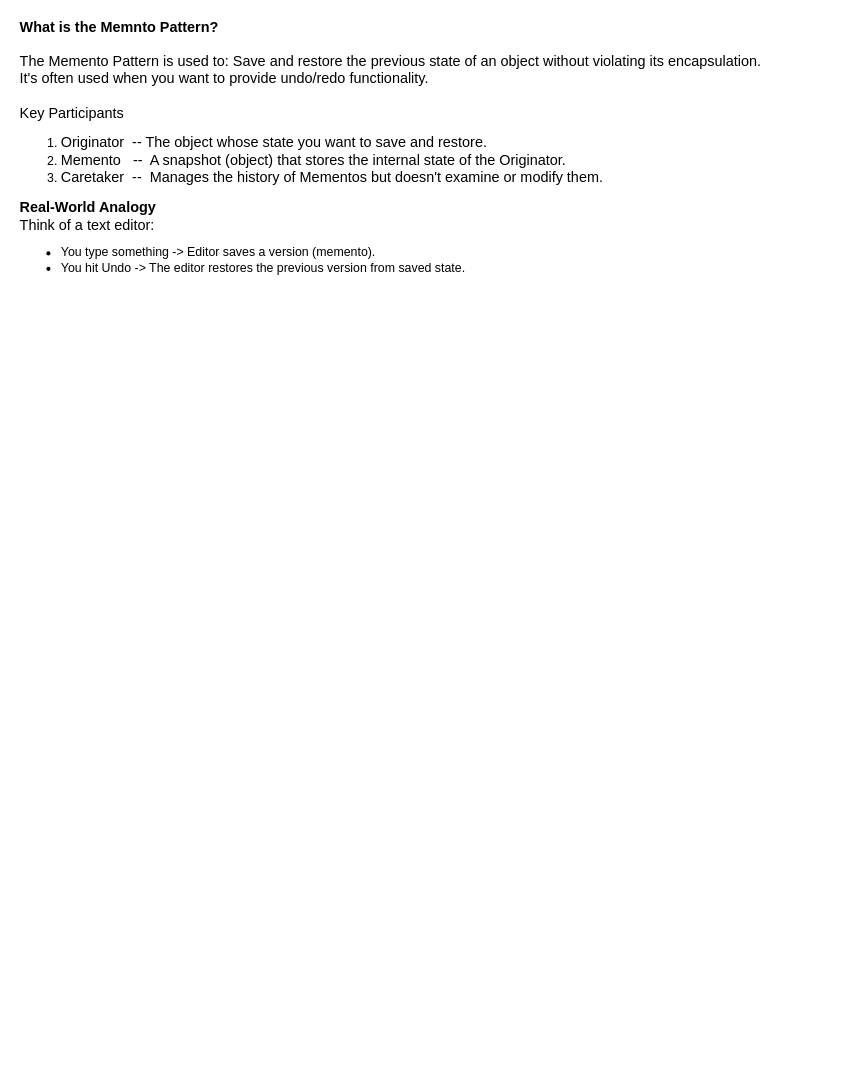
The draw.io diagram Memento_DesignPattern.drawio in tyk1hc/drawio, before the edit. Source tidied: cells renumbered, new cells numbered last; positions are measured from the earlier drawing's top-left corner, leaving out a move shared by most shapes. Both pictures are drawn from the tidied source at 103%, with x=0, y=0 at pixel (18, 41).
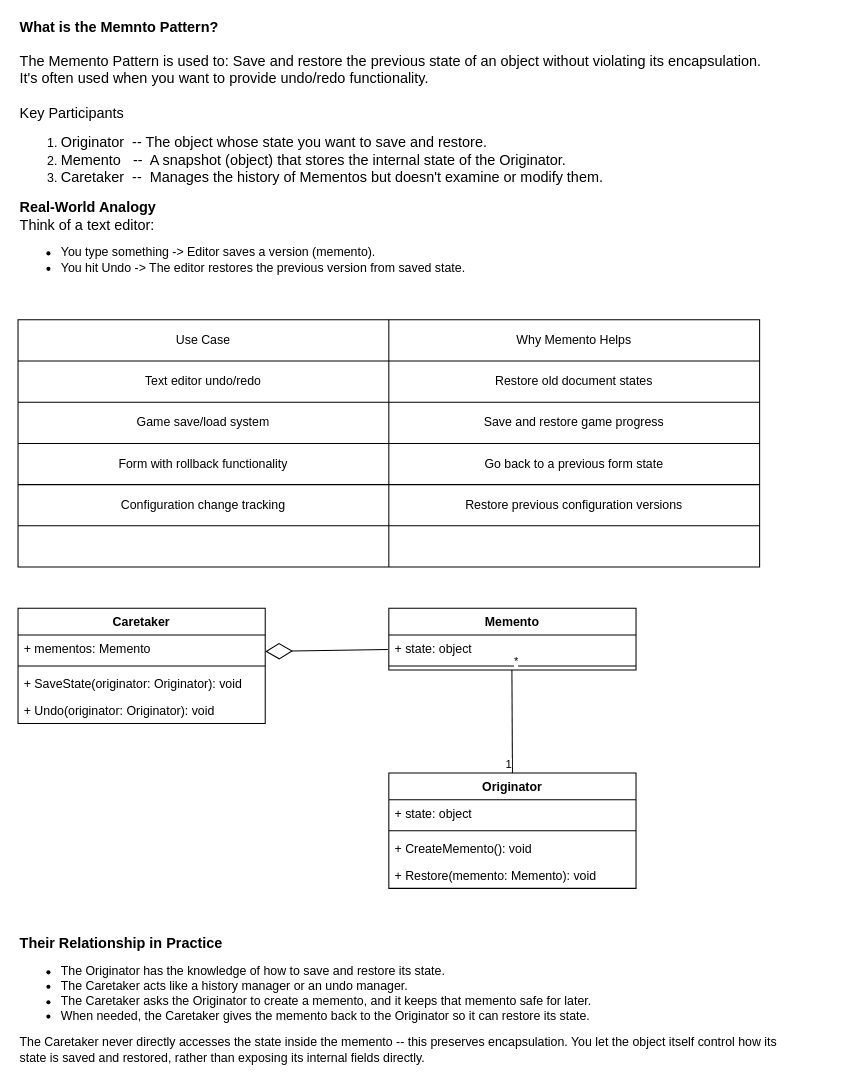
The same page after the edit.

Diff of the diagram source:
```diff
@@
+    <mxCell id="3" style="shape=table;startSize=0;childLayout=tableLayout;" parent="1" vertex="1">
+      <mxGeometry y="270" width="720" height="240" as="geometry" />
+    </mxCell>
+    <mxCell id="4" style="shape=tableRow;horizontal=0;startSize=0;swimlaneHead=0;swimlaneBody=0;strokeColor=inherit;top=0;left=0;bottom=0;right=0;fillColor=none;" parent="3" vertex="1">
+      <mxGeometry width="720" height="40" as="geometry" />
+    </mxCell>
+    <mxCell id="5" value="Use Case" style="shape=partialRectangle;html=1;whiteSpace=wrap;strokeColor=inherit;overflow=hidden;fillColor=none;top=0;left=0;bottom=0;right=0;" parent="4" vertex="1">
+      <mxGeometry width="360" height="40" as="geometry" />
+    </mxCell>
+    <mxCell id="6" value="Why Memento Helps" style="shape=partialRectangle;html=1;whiteSpace=wrap;strokeColor=inherit;overflow=hidden;fillColor=none;top=0;left=0;bottom=0;right=0;" parent="4" vertex="1">
+      <mxGeometry x="360" width="360" height="40" as="geometry" />
+    </mxCell>
+    <mxCell id="7" style="shape=tableRow;horizontal=0;startSize=0;swimlaneHead=0;swimlaneBody=0;strokeColor=inherit;top=0;left=0;bottom=0;right=0;fillColor=none;" parent="3" vertex="1">
+      <mxGeometry y="40" width="720" height="40" as="geometry" />
+    </mxCell>
+    <mxCell id="8" value="Text editor undo/redo" style="shape=partialRectangle;html=1;whiteSpace=wrap;strokeColor=inherit;overflow=hidden;fillColor=none;top=0;left=0;bottom=0;right=0;" parent="7" vertex="1">
+      <mxGeometry width="360" height="40" as="geometry" />
+    </mxCell>
+    <mxCell id="9" value="Restore old document states" style="shape=partialRectangle;html=1;whiteSpace=wrap;strokeColor=inherit;overflow=hidden;fillColor=none;top=0;left=0;bottom=0;right=0;" parent="7" vertex="1">
+      <mxGeometry x="360" width="360" height="40" as="geometry" />
+    </mxCell>
+    <mxCell id="10" style="shape=tableRow;horizontal=0;startSize=0;swimlaneHead=0;swimlaneBody=0;strokeColor=inherit;top=0;left=0;bottom=0;right=0;fillColor=none;" parent="3" vertex="1">
+      <mxGeometry y="80" width="720" height="40" as="geometry" />
+    </mxCell>
+    <mxCell id="11" value="Game save/load system" style="shape=partialRectangle;html=1;whiteSpace=wrap;strokeColor=inherit;overflow=hidden;fillColor=none;top=0;left=0;bottom=0;right=0;" parent="10" vertex="1">
+      <mxGeometry width="360" height="40" as="geometry" />
+    </mxCell>
+    <mxCell id="12" value="Save and restore game progress" style="shape=partialRectangle;html=1;whiteSpace=wrap;strokeColor=inherit;overflow=hidden;fillColor=none;top=0;left=0;bottom=0;right=0;" parent="10" vertex="1">
+      <mxGeometry x="360" width="360" height="40" as="geometry" />
+    </mxCell>
+    <mxCell id="13" style="shape=tableRow;horizontal=0;startSize=0;swimlaneHead=0;swimlaneBody=0;strokeColor=inherit;top=0;left=0;bottom=0;right=0;fillColor=none;" parent="3" vertex="1">
+      <mxGeometry y="120" width="720" height="40" as="geometry" />
+    </mxCell>
+    <mxCell id="14" value="Form with rollback functionality" style="shape=partialRectangle;html=1;whiteSpace=wrap;strokeColor=inherit;overflow=hidden;fillColor=none;top=0;left=0;bottom=0;right=0;" parent="13" vertex="1">
+      <mxGeometry width="360" height="40" as="geometry" />
+    </mxCell>
+    <mxCell id="15" value="Go back to a previous form state" style="shape=partialRectangle;html=1;whiteSpace=wrap;strokeColor=inherit;overflow=hidden;fillColor=none;top=0;left=0;bottom=0;right=0;" parent="13" vertex="1">
+      <mxGeometry x="360" width="360" height="40" as="geometry" />
+    </mxCell>
+    <mxCell id="16" style="shape=tableRow;horizontal=0;startSize=0;swimlaneHead=0;swimlaneBody=0;strokeColor=inherit;top=0;left=0;bottom=0;right=0;fillColor=none;" parent="3" vertex="1">
+      <mxGeometry y="160" width="720" height="40" as="geometry" />
+    </mxCell>
+    <mxCell id="17" value="Configuration change tracking" style="shape=partialRectangle;html=1;whiteSpace=wrap;strokeColor=inherit;overflow=hidden;fillColor=none;top=0;left=0;bottom=0;right=0;" parent="16" vertex="1">
+      <mxGeometry width="360" height="40" as="geometry" />
+    </mxCell>
+    <mxCell id="18" value="Restore previous configuration versions" style="shape=partialRectangle;html=1;whiteSpace=wrap;strokeColor=inherit;overflow=hidden;fillColor=none;top=0;left=0;bottom=0;right=0;" parent="16" vertex="1">
+      <mxGeometry x="360" width="360" height="40" as="geometry" />
+    </mxCell>
+    <mxCell id="19" style="shape=tableRow;horizontal=0;startSize=0;swimlaneHead=0;swimlaneBody=0;strokeColor=inherit;top=0;left=0;bottom=0;right=0;fillColor=none;" parent="3" vertex="1">
+      <mxGeometry y="200" width="720" height="40" as="geometry" />
+    </mxCell>
+    <mxCell id="20" style="shape=partialRectangle;html=1;whiteSpace=wrap;strokeColor=inherit;overflow=hidden;fillColor=none;top=0;left=0;bottom=0;right=0;" parent="19" vertex="1">
+      <mxGeometry width="360" height="40" as="geometry" />
+    </mxCell>
+    <mxCell id="21" style="shape=partialRectangle;html=1;whiteSpace=wrap;strokeColor=inherit;overflow=hidden;fillColor=none;top=0;left=0;bottom=0;right=0;" parent="19" vertex="1">
+      <mxGeometry x="360" width="360" height="40" as="geometry" />
+    </mxCell>
+    <mxCell id="22" value="Caretaker" style="swimlane;fontStyle=1;align=center;verticalAlign=top;horizontal=1;startSize=26;whiteSpace=wrap;html=1;" parent="1" vertex="1">
+      <mxGeometry y="550" width="240" height="112" as="geometry" />
+    </mxCell>
+    <mxCell id="23" value="+ mementos: Memento" style="text;strokeColor=none;fillColor=none;align=left;verticalAlign=top;spacingLeft=4;spacingRight=4;overflow=hidden;whiteSpace=wrap;html=1;" parent="22" vertex="1">
+      <mxGeometry y="26" width="240" height="26" as="geometry" />
+    </mxCell>
+    <mxCell id="24" style="line;strokeWidth=1;fillColor=none;align=left;verticalAlign=middle;spacingTop=-1;spacingLeft=3;spacingRight=3;labelPosition=right;strokeColor=inherit;" parent="22" vertex="1">
+      <mxGeometry y="52" width="240" height="8" as="geometry" />
+    </mxCell>
+    <mxCell id="25" value="+ SaveState(originator: Originator): void" style="text;strokeColor=none;fillColor=none;align=left;verticalAlign=top;spacingLeft=4;spacingRight=4;overflow=hidden;whiteSpace=wrap;html=1;" parent="22" vertex="1">
+      <mxGeometry y="60" width="240" height="26" as="geometry" />
+    </mxCell>
+    <mxCell id="26" value="+ Undo(originator: Originator): void" style="text;strokeColor=none;fillColor=none;align=left;verticalAlign=top;spacingLeft=4;spacingRight=4;overflow=hidden;whiteSpace=wrap;html=1;" parent="22" vertex="1">
+      <mxGeometry y="86" width="240" height="26" as="geometry" />
+    </mxCell>
+    <mxCell id="27" value="Originator" style="swimlane;fontStyle=1;align=center;verticalAlign=top;horizontal=1;startSize=26;whiteSpace=wrap;html=1;" parent="1" vertex="1">
+      <mxGeometry x="360" y="710" width="240" height="112" as="geometry" />
+    </mxCell>
+    <mxCell id="28" value="+ state: object" style="text;strokeColor=none;fillColor=none;align=left;verticalAlign=top;spacingLeft=4;spacingRight=4;overflow=hidden;whiteSpace=wrap;html=1;" parent="27" vertex="1">
+      <mxGeometry y="26" width="240" height="26" as="geometry" />
+    </mxCell>
+    <mxCell id="29" style="line;strokeWidth=1;fillColor=none;align=left;verticalAlign=middle;spacingTop=-1;spacingLeft=3;spacingRight=3;labelPosition=right;strokeColor=inherit;" parent="27" vertex="1">
+      <mxGeometry y="52" width="240" height="8" as="geometry" />
+    </mxCell>
+    <mxCell id="30" value="+ CreateMemento(): void" style="text;strokeColor=none;fillColor=none;align=left;verticalAlign=top;spacingLeft=4;spacingRight=4;overflow=hidden;whiteSpace=wrap;html=1;" parent="27" vertex="1">
+      <mxGeometry y="60" width="240" height="26" as="geometry" />
+    </mxCell>
+    <mxCell id="31" value="+ Restore(memento: Memento): void" style="text;strokeColor=none;fillColor=none;align=left;verticalAlign=top;spacingLeft=4;spacingRight=4;overflow=hidden;whiteSpace=wrap;html=1;" parent="27" vertex="1">
+      <mxGeometry y="86" width="240" height="26" as="geometry" />
+    </mxCell>
+    <mxCell id="32" style="endArrow=diamondThin;endFill=0;endSize=24;html=1;rounded=0;entryX=1.008;entryY=-0.038;entryDx=0;entryDy=0;entryPerimeter=0;exitX=0.004;exitY=-0.115;exitDx=0;exitDy=0;exitPerimeter=0;" parent="1" edge="1">
+      <mxGeometry relative="1" as="geometry">
+        <mxPoint x="359" y="590" as="sourcePoint" />
+        <mxPoint x="240" y="592" as="targetPoint" />
+      </mxGeometry>
+    </mxCell>
+    <mxCell id="33" value="Memento" style="swimlane;fontStyle=1;align=center;verticalAlign=top;horizontal=1;startSize=26;whiteSpace=wrap;html=1;" parent="1" vertex="1">
+      <mxGeometry x="360" y="550" width="240" height="60" as="geometry" />
+    </mxCell>
+    <mxCell id="34" value="+ state: object" style="text;strokeColor=none;fillColor=none;align=left;verticalAlign=top;spacingLeft=4;spacingRight=4;overflow=hidden;whiteSpace=wrap;html=1;" parent="33" vertex="1">
+      <mxGeometry y="26" width="240" height="26" as="geometry" />
+    </mxCell>
+    <mxCell id="35" style="line;strokeWidth=1;fillColor=none;align=left;verticalAlign=middle;spacingTop=-1;spacingLeft=3;spacingRight=3;labelPosition=right;strokeColor=inherit;" parent="33" vertex="1">
+      <mxGeometry y="52" width="240" height="8" as="geometry" />
+    </mxCell>
+    <mxCell id="36" style="endArrow=none;html=1;edgeStyle=orthogonalEdgeStyle;rounded=0;exitX=0.5;exitY=1;exitDx=0;exitDy=0;entryX=0.5;entryY=0;entryDx=0;entryDy=0;" parent="1" edge="1" target="27">
+      <mxGeometry relative="1" as="geometry">
+        <mxPoint x="479.5" y="610" as="sourcePoint" />
+      </mxGeometry>
+    </mxCell>
+    <mxCell id="37" value="*" style="edgeLabel;html=1;align=left;verticalAlign=bottom;" parent="36" vertex="1">
+      <mxGeometry x="-1" relative="1" as="geometry" />
+    </mxCell>
+    <mxCell id="38" value="1" style="edgeLabel;html=1;align=right;verticalAlign=bottom;" parent="36" vertex="1">
+      <mxGeometry x="1" relative="1" as="geometry" />
+    </mxCell>
+    <mxCell id="39" value="&lt;div&gt;&lt;font style=&quot;font-size: 14px;&quot;&gt;&lt;b&gt;Their Relationship in Practice&lt;/b&gt;&lt;/font&gt;&lt;/div&gt;&lt;div&gt;&lt;ul&gt;&lt;li&gt;The Originator has the knowledge of how to save and restore its state.&lt;/li&gt;&lt;li&gt;The Caretaker acts like a history manager or an undo manager.&lt;/li&gt;&lt;li&gt;The Caretaker asks the Originator to create a memento, and it keeps that memento safe for later.&lt;/li&gt;&lt;li&gt;When needed, the Caretaker gives the memento back to the Originator so it can restore its state.&lt;/li&gt;&lt;/ul&gt;&lt;div&gt;The Caretaker never directly accesses the state inside the memento -- this preserves encapsulation. You let the object itself control how its state is saved and restored, rather than exposing its internal fields directly.&lt;/div&gt;&lt;/div&gt;" style="text;html=1;align=left;verticalAlign=middle;whiteSpace=wrap;rounded=0;" parent="1" vertex="1">
+      <mxGeometry y="870" width="760" height="120" as="geometry" />
+    </mxCell>
```
